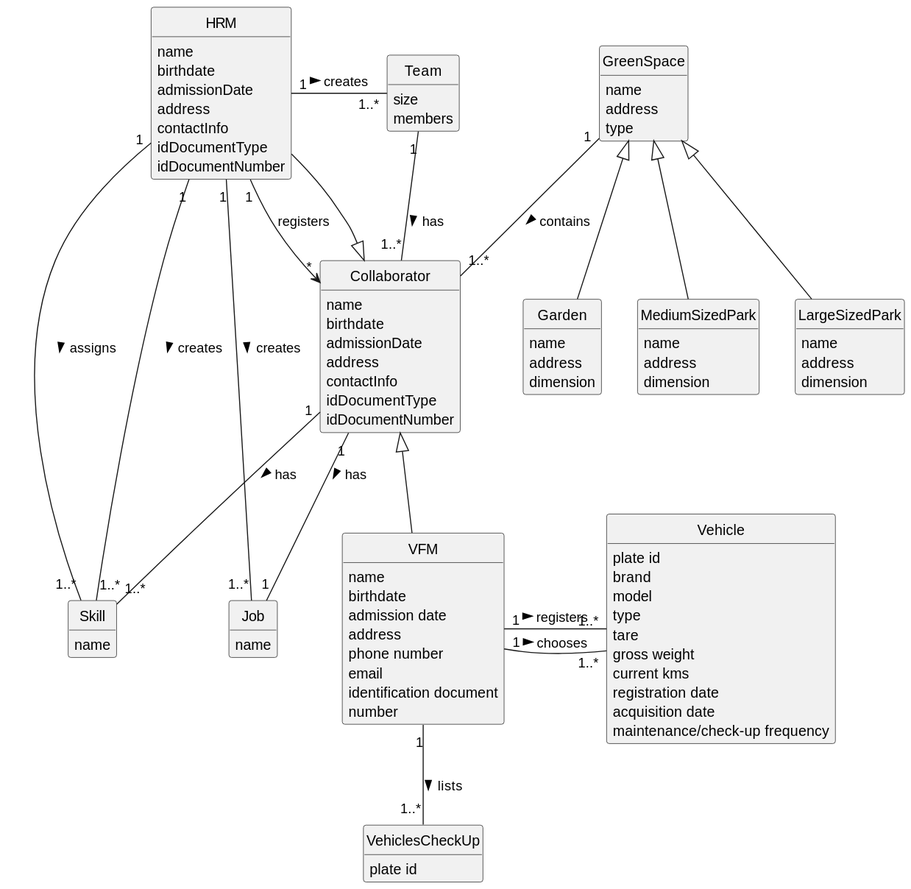
diogoveirospro/lei-24-s2-1dg-g072 keeps this PlantUML diagram as docs/sprintA/global-artifacts/02.analysis/svg/project-domain-model.svg. Above is the earlier version. Its diagram source:
```plantuml
@startuml
skinparam monochrome true
skinparam packageStyle rectangle
skinparam shadowing false
skinparam classAttributeIconSize 0
hide circle
hide methods

class HRM {
    name
    birthdate
    admissionDate
    address
    contactInfo
    idDocumentType
    idDocumentNumber
}

class Skill {
    name
}
class Job {
    name
}


class Team {
    size
    members

}

class Collaborator {
    name
    birthdate
    admissionDate
    address
    contactInfo
    idDocumentType
    idDocumentNumber
}



class GreenSpace {
    name
    address
    type
}

class Garden {
    name
    address
    dimension
}

class MediumSizedPark {
    name
    address
    dimension
}

class LargeSizedPark {
    name
    address
    dimension
}


class Vehicle{
    plate id
    brand
    model
    type
    tare
    gross weight
    current kms
    registration date
    acquisition date
    maintenance/check-up frequency
}

class VFM {
    name
    birthdate
    admission date
    address
    phone number
    email
    identification document
    number
}

class VehiclesCheckUp {
    plate id
}


Collaborator <|-- HRM

HRM "1" -- "1..*" Skill: creates >

HRM "1" -- "1..*" Job : creates >

HRM "1" --> "*" Collaborator : registers

HRM "1" -- "1..*" Skill : assigns >
Collaborator "1" -- "1..*" Skill : has >

HRM "1" - "1..*" Team : creates >
Collaborator "1" -- "1" Job: has >
Team "1" -- "1..*" Collaborator: has >
GreenSpace "1" -- "1..*" Collaborator: contains >
GreenSpace <|-- Garden
GreenSpace <|-- MediumSizedPark
GreenSpace <|-- LargeSizedPark

Collaborator <|-- VFM

VFM "1"-"   1..*" Vehicle: registers >

VFM "1"-"   1..*" Vehicle: chooses >

VFM "1" -- "1..*" VehiclesCheckUp: lists >
@enduml
```
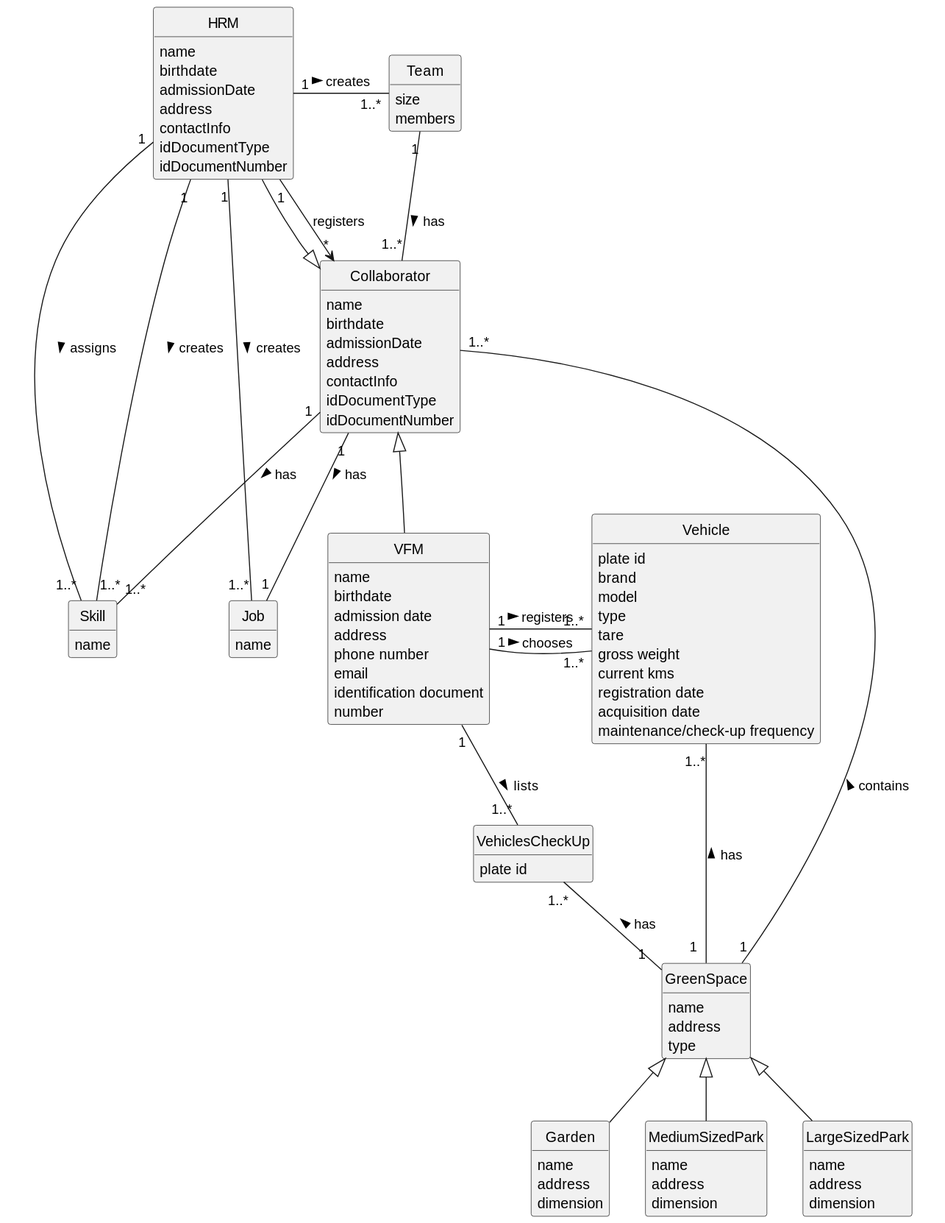
The same file after the commit.

Diff of the diagram source:
```diff
@@ -97,6 +97,10 @@
 
 
 Collaborator <|-- HRM
+GreenSpace "1" -- "1..*" Collaborator: contains >
+GreenSpace <|-- Garden
+GreenSpace <|-- MediumSizedPark
+GreenSpace <|-- LargeSizedPark
 
 HRM "1" -- "1..*" Skill: creates >
 
@@ -110,16 +114,14 @@
 HRM "1" - "1..*" Team : creates >
 Collaborator "1" -- "1" Job: has >
 Team "1" -- "1..*" Collaborator: has >
-GreenSpace "1" -- "1..*" Collaborator: contains >
-GreenSpace <|-- Garden
-GreenSpace <|-- MediumSizedPark
-GreenSpace <|-- LargeSizedPark
 
 Collaborator <|-- VFM
 
-VFM "1"-"   1..*" Vehicle: registers >
+VFM "1"--"   1..*" Vehicle: registers >
 
 VFM "1"-"   1..*" Vehicle: chooses >
+Vehicle "1..*" -- "1  " GreenSpace: has <
 
 VFM "1" -- "1..*" VehiclesCheckUp: lists >
+VehiclesCheckUp "1..*" -- "1  " GreenSpace: has <
 @enduml
```
